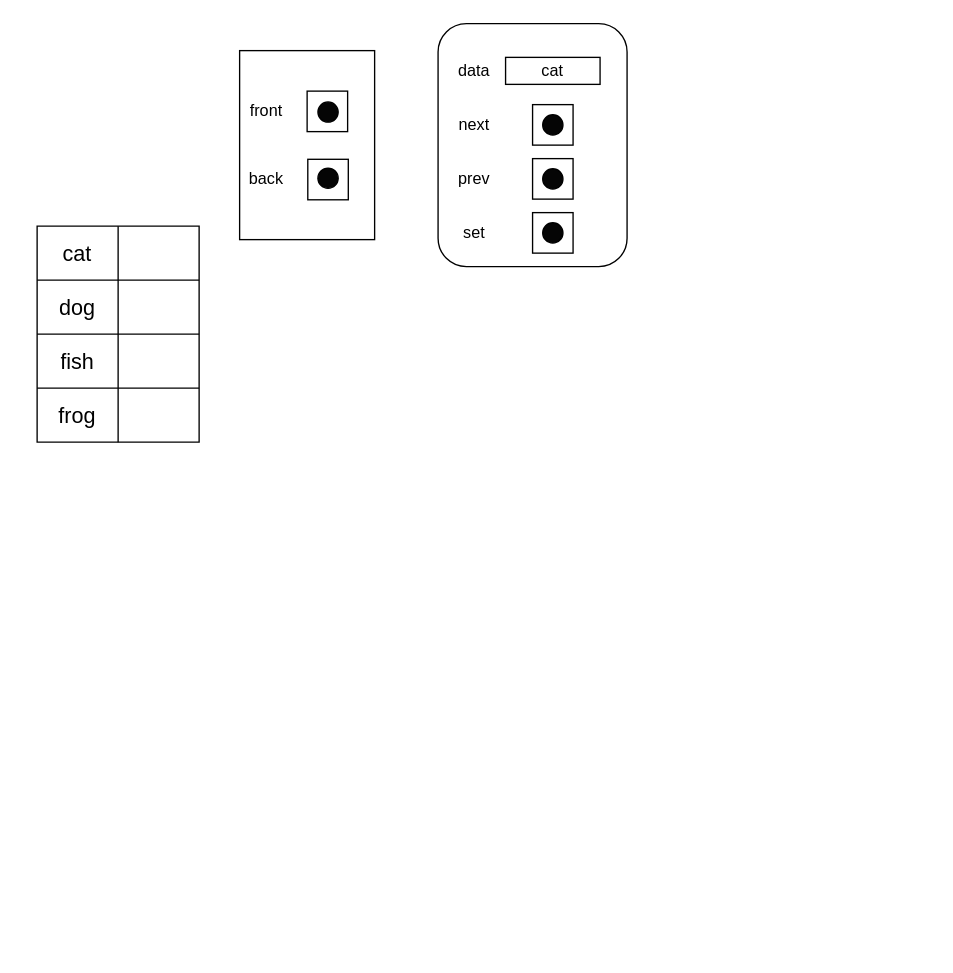
This is parta_7.drawio from tlo20/notes, a draw.io file, before an edit. Source tidied: cells renumbered, new cells numbered last; positions are measured from the earlier drawing's top-left corner, leaving out a move shared by most shapes. Both pictures are drawn from the tidied source at 135%, with x=0, y=0 at pixel (36, 23).
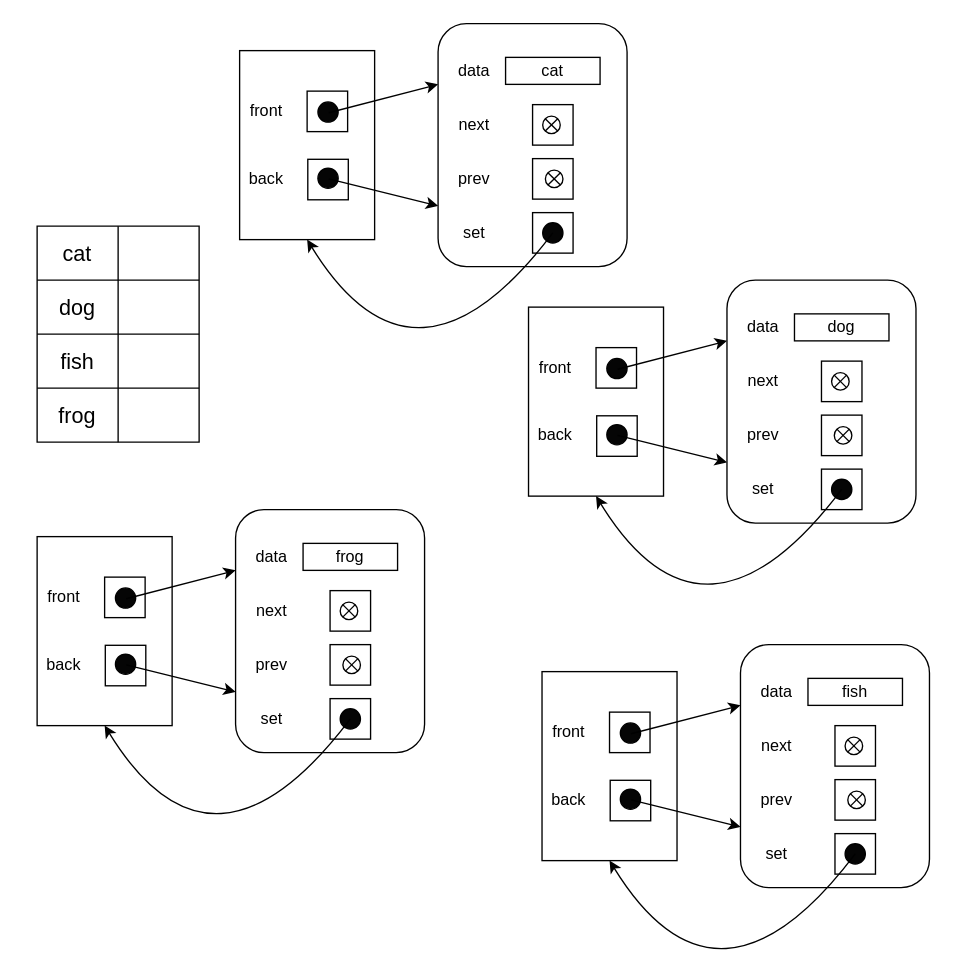
The same page after the edit.

The change refers to these unchanged cells:
```xml
<mxCell id="17" style="rounded=0;whiteSpace=wrap;html=1;" parent="1" vertex="1">
  <mxGeometry x="150" y="20" width="100" height="140" as="geometry" />
</mxCell>
```

The edit, as a diff of the source:
```diff
@@
-    <mxCell id="24" style="group;" parent="1" vertex="1">
-      <mxGeometry x="294" width="143" height="180" as="geometry" />
-    </mxCell>
+    <mxCell id="37" style="endArrow=classic;html=1;curved=1;entryX=0;entryY=0.25;entryDx=0;entryDy=0;" parent="1" edge="1" target="25">
+      <mxGeometry relative="1" as="geometry">
+        <mxPoint x="216" y="66" as="sourcePoint" />
+      </mxGeometry>
+    </mxCell>
-    <mxCell id="25" style="rounded=1;whiteSpace=wrap;html=1;" parent="24" vertex="1">
-      <mxGeometry x="3" width="140" height="180" as="geometry" />
+    <mxCell id="25" style="rounded=1;whiteSpace=wrap;html=1;" parent="1" vertex="1">
+      <mxGeometry x="297" width="140" height="180" as="geometry" />
     </mxCell>
-    <mxCell id="26" value="data" style="text;html=1;strokeColor=none;fillColor=none;align=center;verticalAlign=middle;whiteSpace=wrap;rounded=0;" parent="24" vertex="1">
-      <mxGeometry y="20" width="60" height="30" as="geometry" />
+    <mxCell id="26" value="data" style="text;html=1;strokeColor=none;fillColor=none;align=center;verticalAlign=middle;whiteSpace=wrap;rounded=0;" parent="1" vertex="1">
+      <mxGeometry x="294" y="20" width="60" height="30" as="geometry" />
     </mxCell>
-    <mxCell id="27" value="next" style="text;html=1;strokeColor=none;fillColor=none;align=center;verticalAlign=middle;whiteSpace=wrap;rounded=0;" parent="24" vertex="1">
-      <mxGeometry y="60" width="60" height="30" as="geometry" />
+    <mxCell id="27" value="next" style="text;html=1;strokeColor=none;fillColor=none;align=center;verticalAlign=middle;whiteSpace=wrap;rounded=0;" parent="1" vertex="1">
+      <mxGeometry x="294" y="60" width="60" height="30" as="geometry" />
     </mxCell>
-    <mxCell id="28" value="prev" style="text;html=1;strokeColor=none;fillColor=none;align=center;verticalAlign=middle;whiteSpace=wrap;rounded=0;" parent="24" vertex="1">
-      <mxGeometry y="100" width="60" height="30" as="geometry" />
+    <mxCell id="28" value="prev" style="text;html=1;strokeColor=none;fillColor=none;align=center;verticalAlign=middle;whiteSpace=wrap;rounded=0;" parent="1" vertex="1">
+      <mxGeometry x="294" y="100" width="60" height="30" as="geometry" />
     </mxCell>
-    <mxCell id="29" value="set" style="text;html=1;strokeColor=none;fillColor=none;align=center;verticalAlign=middle;whiteSpace=wrap;rounded=0;" parent="24" vertex="1">
-      <mxGeometry y="140" width="60" height="30" as="geometry" />
+    <mxCell id="29" value="set" style="text;html=1;strokeColor=none;fillColor=none;align=center;verticalAlign=middle;whiteSpace=wrap;rounded=0;" parent="1" vertex="1">
+      <mxGeometry x="294" y="140" width="60" height="30" as="geometry" />
     </mxCell>
-    <mxCell id="30" value="cat" style="rounded=0;whiteSpace=wrap;html=1;" parent="24" vertex="1">
-      <mxGeometry x="53" y="25" width="70" height="20" as="geometry" />
+    <mxCell id="30" value="cat" style="rounded=0;whiteSpace=wrap;html=1;" parent="1" vertex="1">
+      <mxGeometry x="347" y="25" width="70" height="20" as="geometry" />
     </mxCell>
-    <mxCell id="31" style="rounded=0;whiteSpace=wrap;html=1;" parent="24" vertex="1">
-      <mxGeometry x="73" y="60" width="30" height="30" as="geometry" />
+    <mxCell id="31" style="rounded=0;whiteSpace=wrap;html=1;" parent="1" vertex="1">
+      <mxGeometry x="367" y="60" width="30" height="30" as="geometry" />
     </mxCell>
-    <mxCell id="32" style="rounded=0;whiteSpace=wrap;html=1;" parent="24" vertex="1">
-      <mxGeometry x="73" y="100" width="30" height="30" as="geometry" />
+    <mxCell id="32" style="rounded=0;whiteSpace=wrap;html=1;" parent="1" vertex="1">
+      <mxGeometry x="367" y="100" width="30" height="30" as="geometry" />
     </mxCell>
-    <mxCell id="33" style="rounded=0;whiteSpace=wrap;html=1;" parent="24" vertex="1">
-      <mxGeometry x="73" y="140" width="30" height="30" as="geometry" />
+    <mxCell id="33" style="rounded=0;whiteSpace=wrap;html=1;" parent="1" vertex="1">
+      <mxGeometry x="367" y="140" width="30" height="30" as="geometry" />
     </mxCell>
-    <mxCell id="34" style="ellipse;whiteSpace=wrap;html=1;fillColor=#050505;" parent="24" vertex="1">
-      <mxGeometry x="80.5" y="67.5" width="15" height="15" as="geometry" />
-    </mxCell>
-    <mxCell id="35" style="ellipse;whiteSpace=wrap;html=1;fillColor=#050505;" parent="24" vertex="1">
-      <mxGeometry x="80.5" y="107.5" width="15" height="15" as="geometry" />
-    </mxCell>
-    <mxCell id="36" style="ellipse;whiteSpace=wrap;html=1;fillColor=#050505;" parent="24" vertex="1">
-      <mxGeometry x="80.5" y="147.5" width="15" height="15" as="geometry" />
+    <mxCell id="36" style="ellipse;whiteSpace=wrap;html=1;fillColor=#050505;" parent="1" vertex="1">
+      <mxGeometry x="374.5" y="147.5" width="15" height="15" as="geometry" />
     </mxCell>
+    <mxCell id="38" style="shape=sumEllipse;perimeter=ellipsePerimeter;whiteSpace=wrap;html=1;backgroundOutline=1;" parent="1" vertex="1">
+      <mxGeometry x="374.5" y="68.5" width="13" height="13" as="geometry" />
+    </mxCell>
+    <mxCell id="39" style="shape=sumEllipse;perimeter=ellipsePerimeter;whiteSpace=wrap;html=1;backgroundOutline=1;" parent="1" vertex="1">
+      <mxGeometry x="376.5" y="108.5" width="13" height="13" as="geometry" />
+    </mxCell>
+    <mxCell id="40" style="endArrow=classic;html=1;curved=1;entryX=0;entryY=0.75;entryDx=0;entryDy=0;" parent="1" edge="1" target="25">
+      <mxGeometry relative="1" as="geometry">
+        <mxPoint x="216" y="115" as="sourcePoint" />
+      </mxGeometry>
+    </mxCell>
+    <mxCell id="41" style="endArrow=classic;html=1;entryX=0.5;entryY=1;entryDx=0;entryDy=0;curved=1;" parent="1" edge="1" target="17">
+      <mxGeometry relative="1" as="geometry">
+        <mxPoint x="382" y="155" as="sourcePoint" />
+        <Array as="points">
+          <mxPoint x="280" y="290" />
+        </Array>
+      </mxGeometry>
+    </mxCell>
+    <mxCell id="42" style="ellipse;whiteSpace=wrap;html=1;fillColor=#050505;" parent="1" vertex="1">
+      <mxGeometry x="421" y="298" width="15" height="15" as="geometry" />
+    </mxCell>
+    <mxCell id="43" style="ellipse;whiteSpace=wrap;html=1;fillColor=#050505;" parent="1" vertex="1">
+      <mxGeometry x="422" y="297" width="15" height="15" as="geometry" />
+    </mxCell>
+    <mxCell id="44" style="rounded=0;whiteSpace=wrap;html=1;" parent="1" vertex="1">
+      <mxGeometry x="364" y="210" width="100" height="140" as="geometry" />
+    </mxCell>
+    <mxCell id="45" value="front" style="text;html=1;strokeColor=none;fillColor=none;align=center;verticalAlign=middle;whiteSpace=wrap;rounded=0;" parent="1" vertex="1">
+      <mxGeometry x="354" y="240" width="60" height="30" as="geometry" />
+    </mxCell>
+    <mxCell id="46" value="back" style="text;html=1;strokeColor=none;fillColor=none;align=center;verticalAlign=middle;whiteSpace=wrap;rounded=0;" parent="1" vertex="1">
+      <mxGeometry x="354" y="290" width="60" height="30" as="geometry" />
+    </mxCell>
+    <mxCell id="47" style="rounded=0;whiteSpace=wrap;html=1;" parent="1" vertex="1">
+      <mxGeometry x="414" y="240" width="30" height="30" as="geometry" />
+    </mxCell>
+    <mxCell id="48" style="rounded=0;whiteSpace=wrap;html=1;" parent="1" vertex="1">
+      <mxGeometry x="414.5" y="290.5" width="30" height="30" as="geometry" />
+    </mxCell>
+    <mxCell id="49" style="ellipse;whiteSpace=wrap;html=1;fillColor=#050505;" parent="1" vertex="1">
+      <mxGeometry x="422" y="248" width="15" height="15" as="geometry" />
+    </mxCell>
+    <mxCell id="50" style="ellipse;whiteSpace=wrap;html=1;fillColor=#050505;" parent="1" vertex="1">
+      <mxGeometry x="422" y="297" width="15" height="15" as="geometry" />
+    </mxCell>
+    <mxCell id="51" style="endArrow=classic;html=1;curved=1;entryX=0;entryY=0.25;entryDx=0;entryDy=0;rounded=0;" parent="1" edge="1" target="52">
+      <mxGeometry relative="1" as="geometry">
+        <mxPoint x="430" y="256" as="sourcePoint" />
+      </mxGeometry>
+    </mxCell>
+    <mxCell id="52" style="rounded=1;whiteSpace=wrap;html=1;" parent="1" vertex="1">
+      <mxGeometry x="511" y="190" width="140" height="180" as="geometry" />
+    </mxCell>
+    <mxCell id="53" value="data" style="text;html=1;strokeColor=none;fillColor=none;align=center;verticalAlign=middle;whiteSpace=wrap;rounded=0;" parent="1" vertex="1">
+      <mxGeometry x="508" y="210" width="60" height="30" as="geometry" />
+    </mxCell>
+    <mxCell id="54" value="next" style="text;html=1;strokeColor=none;fillColor=none;align=center;verticalAlign=middle;whiteSpace=wrap;rounded=0;" parent="1" vertex="1">
+      <mxGeometry x="508" y="250" width="60" height="30" as="geometry" />
+    </mxCell>
+    <mxCell id="55" value="prev" style="text;html=1;strokeColor=none;fillColor=none;align=center;verticalAlign=middle;whiteSpace=wrap;rounded=0;" parent="1" vertex="1">
+      <mxGeometry x="508" y="290" width="60" height="30" as="geometry" />
+    </mxCell>
+    <mxCell id="56" value="set" style="text;html=1;strokeColor=none;fillColor=none;align=center;verticalAlign=middle;whiteSpace=wrap;rounded=0;" parent="1" vertex="1">
+      <mxGeometry x="508" y="330" width="60" height="30" as="geometry" />
+    </mxCell>
+    <mxCell id="57" value="dog" style="rounded=0;whiteSpace=wrap;html=1;" parent="1" vertex="1">
+      <mxGeometry x="561" y="215" width="70" height="20" as="geometry" />
+    </mxCell>
+    <mxCell id="58" style="rounded=0;whiteSpace=wrap;html=1;" parent="1" vertex="1">
+      <mxGeometry x="581" y="250" width="30" height="30" as="geometry" />
+    </mxCell>
+    <mxCell id="59" style="rounded=0;whiteSpace=wrap;html=1;" parent="1" vertex="1">
+      <mxGeometry x="581" y="290" width="30" height="30" as="geometry" />
+    </mxCell>
+    <mxCell id="60" style="rounded=0;whiteSpace=wrap;html=1;" parent="1" vertex="1">
+      <mxGeometry x="581" y="330" width="30" height="30" as="geometry" />
+    </mxCell>
+    <mxCell id="61" style="ellipse;whiteSpace=wrap;html=1;fillColor=#050505;" parent="1" vertex="1">
+      <mxGeometry x="588.5" y="337.5" width="15" height="15" as="geometry" />
+    </mxCell>
+    <mxCell id="62" style="shape=sumEllipse;perimeter=ellipsePerimeter;whiteSpace=wrap;html=1;backgroundOutline=1;" parent="1" vertex="1">
+      <mxGeometry x="588.5" y="258.5" width="13" height="13" as="geometry" />
+    </mxCell>
+    <mxCell id="63" style="shape=sumEllipse;perimeter=ellipsePerimeter;whiteSpace=wrap;html=1;backgroundOutline=1;" parent="1" vertex="1">
+      <mxGeometry x="590.5" y="298.5" width="13" height="13" as="geometry" />
+    </mxCell>
+    <mxCell id="64" style="endArrow=classic;html=1;curved=1;entryX=0;entryY=0.75;entryDx=0;entryDy=0;rounded=0;" parent="1" edge="1" target="52">
+      <mxGeometry relative="1" as="geometry">
+        <mxPoint x="430" y="305" as="sourcePoint" />
+      </mxGeometry>
+    </mxCell>
+    <mxCell id="65" style="endArrow=classic;html=1;entryX=0.5;entryY=1;entryDx=0;entryDy=0;curved=1;rounded=0;" parent="1" edge="1" target="44">
+      <mxGeometry relative="1" as="geometry">
+        <mxPoint x="596" y="345" as="sourcePoint" />
+        <Array as="points">
+          <mxPoint x="494" y="480" />
+        </Array>
+      </mxGeometry>
+    </mxCell>
+    <mxCell id="66" style="ellipse;whiteSpace=wrap;html=1;fillColor=#050505;" parent="1" vertex="1">
+      <mxGeometry x="431" y="568" width="15" height="15" as="geometry" />
+    </mxCell>
+    <mxCell id="67" style="ellipse;whiteSpace=wrap;html=1;fillColor=#050505;" parent="1" vertex="1">
+      <mxGeometry x="432" y="567" width="15" height="15" as="geometry" />
+    </mxCell>
+    <mxCell id="68" style="rounded=0;whiteSpace=wrap;html=1;" parent="1" vertex="1">
+      <mxGeometry x="374" y="480" width="100" height="140" as="geometry" />
+    </mxCell>
+    <mxCell id="69" value="front" style="text;html=1;strokeColor=none;fillColor=none;align=center;verticalAlign=middle;whiteSpace=wrap;rounded=0;" parent="1" vertex="1">
+      <mxGeometry x="364" y="510" width="60" height="30" as="geometry" />
+    </mxCell>
+    <mxCell id="70" value="back" style="text;html=1;strokeColor=none;fillColor=none;align=center;verticalAlign=middle;whiteSpace=wrap;rounded=0;" parent="1" vertex="1">
+      <mxGeometry x="364" y="560" width="60" height="30" as="geometry" />
+    </mxCell>
+    <mxCell id="71" style="rounded=0;whiteSpace=wrap;html=1;" parent="1" vertex="1">
+      <mxGeometry x="424" y="510" width="30" height="30" as="geometry" />
+    </mxCell>
+    <mxCell id="72" style="rounded=0;whiteSpace=wrap;html=1;" parent="1" vertex="1">
+      <mxGeometry x="424.5" y="560.5" width="30" height="30" as="geometry" />
+    </mxCell>
+    <mxCell id="73" style="ellipse;whiteSpace=wrap;html=1;fillColor=#050505;" parent="1" vertex="1">
+      <mxGeometry x="432" y="518" width="15" height="15" as="geometry" />
+    </mxCell>
+    <mxCell id="74" style="ellipse;whiteSpace=wrap;html=1;fillColor=#050505;" parent="1" vertex="1">
+      <mxGeometry x="432" y="567" width="15" height="15" as="geometry" />
+    </mxCell>
+    <mxCell id="75" style="endArrow=classic;html=1;curved=1;entryX=0;entryY=0.25;entryDx=0;entryDy=0;rounded=0;" parent="1" edge="1" target="76">
+      <mxGeometry relative="1" as="geometry">
+        <mxPoint x="440" y="526" as="sourcePoint" />
+      </mxGeometry>
+    </mxCell>
+    <mxCell id="76" style="rounded=1;whiteSpace=wrap;html=1;" parent="1" vertex="1">
+      <mxGeometry x="521" y="460" width="140" height="180" as="geometry" />
+    </mxCell>
+    <mxCell id="77" value="data" style="text;html=1;strokeColor=none;fillColor=none;align=center;verticalAlign=middle;whiteSpace=wrap;rounded=0;" parent="1" vertex="1">
+      <mxGeometry x="518" y="480" width="60" height="30" as="geometry" />
+    </mxCell>
+    <mxCell id="78" value="next" style="text;html=1;strokeColor=none;fillColor=none;align=center;verticalAlign=middle;whiteSpace=wrap;rounded=0;" parent="1" vertex="1">
+      <mxGeometry x="518" y="520" width="60" height="30" as="geometry" />
+    </mxCell>
+    <mxCell id="79" value="prev" style="text;html=1;strokeColor=none;fillColor=none;align=center;verticalAlign=middle;whiteSpace=wrap;rounded=0;" parent="1" vertex="1">
+      <mxGeometry x="518" y="560" width="60" height="30" as="geometry" />
+    </mxCell>
+    <mxCell id="80" value="set" style="text;html=1;strokeColor=none;fillColor=none;align=center;verticalAlign=middle;whiteSpace=wrap;rounded=0;" parent="1" vertex="1">
+      <mxGeometry x="518" y="600" width="60" height="30" as="geometry" />
+    </mxCell>
+    <mxCell id="81" value="fish" style="rounded=0;whiteSpace=wrap;html=1;" parent="1" vertex="1">
+      <mxGeometry x="571" y="485" width="70" height="20" as="geometry" />
+    </mxCell>
+    <mxCell id="82" style="rounded=0;whiteSpace=wrap;html=1;" parent="1" vertex="1">
+      <mxGeometry x="591" y="520" width="30" height="30" as="geometry" />
+    </mxCell>
+    <mxCell id="83" style="rounded=0;whiteSpace=wrap;html=1;" parent="1" vertex="1">
+      <mxGeometry x="591" y="560" width="30" height="30" as="geometry" />
+    </mxCell>
+    <mxCell id="84" style="rounded=0;whiteSpace=wrap;html=1;" parent="1" vertex="1">
+      <mxGeometry x="591" y="600" width="30" height="30" as="geometry" />
+    </mxCell>
+    <mxCell id="85" style="ellipse;whiteSpace=wrap;html=1;fillColor=#050505;" parent="1" vertex="1">
+      <mxGeometry x="598.5" y="607.5" width="15" height="15" as="geometry" />
+    </mxCell>
+    <mxCell id="86" style="shape=sumEllipse;perimeter=ellipsePerimeter;whiteSpace=wrap;html=1;backgroundOutline=1;" parent="1" vertex="1">
+      <mxGeometry x="598.5" y="528.5" width="13" height="13" as="geometry" />
+    </mxCell>
+    <mxCell id="87" style="shape=sumEllipse;perimeter=ellipsePerimeter;whiteSpace=wrap;html=1;backgroundOutline=1;" parent="1" vertex="1">
+      <mxGeometry x="600.5" y="568.5" width="13" height="13" as="geometry" />
+    </mxCell>
+    <mxCell id="88" style="endArrow=classic;html=1;curved=1;entryX=0;entryY=0.75;entryDx=0;entryDy=0;rounded=0;" parent="1" edge="1" target="76">
+      <mxGeometry relative="1" as="geometry">
+        <mxPoint x="440" y="575" as="sourcePoint" />
+      </mxGeometry>
+    </mxCell>
+    <mxCell id="89" style="endArrow=classic;html=1;entryX=0.5;entryY=1;entryDx=0;entryDy=0;curved=1;rounded=0;" parent="1" edge="1" target="68">
+      <mxGeometry relative="1" as="geometry">
+        <mxPoint x="606" y="615" as="sourcePoint" />
+        <Array as="points">
+          <mxPoint x="504" y="750" />
+        </Array>
+      </mxGeometry>
+    </mxCell>
+    <mxCell id="90" style="ellipse;whiteSpace=wrap;html=1;fillColor=#050505;" parent="1" vertex="1">
+      <mxGeometry x="57" y="468" width="15" height="15" as="geometry" />
+    </mxCell>
+    <mxCell id="91" style="ellipse;whiteSpace=wrap;html=1;fillColor=#050505;" parent="1" vertex="1">
+      <mxGeometry x="58" y="467" width="15" height="15" as="geometry" />
+    </mxCell>
+    <mxCell id="92" style="rounded=0;whiteSpace=wrap;html=1;" parent="1" vertex="1">
+      <mxGeometry y="380" width="100" height="140" as="geometry" />
+    </mxCell>
+    <mxCell id="93" value="front" style="text;html=1;strokeColor=none;fillColor=none;align=center;verticalAlign=middle;whiteSpace=wrap;rounded=0;" parent="1" vertex="1">
+      <mxGeometry x="-10" y="410" width="60" height="30" as="geometry" />
+    </mxCell>
+    <mxCell id="94" value="back" style="text;html=1;strokeColor=none;fillColor=none;align=center;verticalAlign=middle;whiteSpace=wrap;rounded=0;" parent="1" vertex="1">
+      <mxGeometry x="-10" y="460" width="60" height="30" as="geometry" />
+    </mxCell>
+    <mxCell id="95" style="rounded=0;whiteSpace=wrap;html=1;" parent="1" vertex="1">
+      <mxGeometry x="50" y="410" width="30" height="30" as="geometry" />
+    </mxCell>
+    <mxCell id="96" style="rounded=0;whiteSpace=wrap;html=1;" parent="1" vertex="1">
+      <mxGeometry x="50.5" y="460.5" width="30" height="30" as="geometry" />
+    </mxCell>
+    <mxCell id="97" style="ellipse;whiteSpace=wrap;html=1;fillColor=#050505;" parent="1" vertex="1">
+      <mxGeometry x="58" y="418" width="15" height="15" as="geometry" />
+    </mxCell>
+    <mxCell id="98" style="ellipse;whiteSpace=wrap;html=1;fillColor=#050505;" parent="1" vertex="1">
+      <mxGeometry x="58" y="467" width="15" height="15" as="geometry" />
+    </mxCell>
+    <mxCell id="99" style="endArrow=classic;html=1;curved=1;entryX=0;entryY=0.25;entryDx=0;entryDy=0;rounded=0;" parent="1" edge="1" target="100">
+      <mxGeometry relative="1" as="geometry">
+        <mxPoint x="66" y="426" as="sourcePoint" />
+      </mxGeometry>
+    </mxCell>
+    <mxCell id="100" style="rounded=1;whiteSpace=wrap;html=1;" parent="1" vertex="1">
+      <mxGeometry x="147" y="360" width="140" height="180" as="geometry" />
+    </mxCell>
+    <mxCell id="101" value="data" style="text;html=1;strokeColor=none;fillColor=none;align=center;verticalAlign=middle;whiteSpace=wrap;rounded=0;" parent="1" vertex="1">
+      <mxGeometry x="144" y="380" width="60" height="30" as="geometry" />
+    </mxCell>
+    <mxCell id="102" value="next" style="text;html=1;strokeColor=none;fillColor=none;align=center;verticalAlign=middle;whiteSpace=wrap;rounded=0;" parent="1" vertex="1">
+      <mxGeometry x="144" y="420" width="60" height="30" as="geometry" />
+    </mxCell>
+    <mxCell id="103" value="prev" style="text;html=1;strokeColor=none;fillColor=none;align=center;verticalAlign=middle;whiteSpace=wrap;rounded=0;" parent="1" vertex="1">
+      <mxGeometry x="144" y="460" width="60" height="30" as="geometry" />
+    </mxCell>
+    <mxCell id="104" value="set" style="text;html=1;strokeColor=none;fillColor=none;align=center;verticalAlign=middle;whiteSpace=wrap;rounded=0;" parent="1" vertex="1">
+      <mxGeometry x="144" y="500" width="60" height="30" as="geometry" />
+    </mxCell>
+    <mxCell id="105" value="frog" style="rounded=0;whiteSpace=wrap;html=1;" parent="1" vertex="1">
+      <mxGeometry x="197" y="385" width="70" height="20" as="geometry" />
+    </mxCell>
+    <mxCell id="106" style="rounded=0;whiteSpace=wrap;html=1;" parent="1" vertex="1">
+      <mxGeometry x="217" y="420" width="30" height="30" as="geometry" />
+    </mxCell>
+    <mxCell id="107" style="rounded=0;whiteSpace=wrap;html=1;" parent="1" vertex="1">
+      <mxGeometry x="217" y="460" width="30" height="30" as="geometry" />
+    </mxCell>
+    <mxCell id="108" style="rounded=0;whiteSpace=wrap;html=1;" parent="1" vertex="1">
+      <mxGeometry x="217" y="500" width="30" height="30" as="geometry" />
+    </mxCell>
+    <mxCell id="109" style="ellipse;whiteSpace=wrap;html=1;fillColor=#050505;" parent="1" vertex="1">
+      <mxGeometry x="224.5" y="507.5" width="15" height="15" as="geometry" />
+    </mxCell>
+    <mxCell id="110" style="shape=sumEllipse;perimeter=ellipsePerimeter;whiteSpace=wrap;html=1;backgroundOutline=1;" parent="1" vertex="1">
+      <mxGeometry x="224.5" y="428.5" width="13" height="13" as="geometry" />
+    </mxCell>
+    <mxCell id="111" style="shape=sumEllipse;perimeter=ellipsePerimeter;whiteSpace=wrap;html=1;backgroundOutline=1;" parent="1" vertex="1">
+      <mxGeometry x="226.5" y="468.5" width="13" height="13" as="geometry" />
+    </mxCell>
+    <mxCell id="112" style="endArrow=classic;html=1;curved=1;entryX=0;entryY=0.75;entryDx=0;entryDy=0;rounded=0;" parent="1" edge="1" target="100">
+      <mxGeometry relative="1" as="geometry">
+        <mxPoint x="66" y="475" as="sourcePoint" />
+      </mxGeometry>
+    </mxCell>
+    <mxCell id="113" style="endArrow=classic;html=1;entryX=0.5;entryY=1;entryDx=0;entryDy=0;curved=1;rounded=0;" parent="1" edge="1" target="92">
+      <mxGeometry relative="1" as="geometry">
+        <mxPoint x="232" y="515" as="sourcePoint" />
+        <Array as="points">
+          <mxPoint x="130" y="650" />
+        </Array>
+      </mxGeometry>
+    </mxCell>
```
